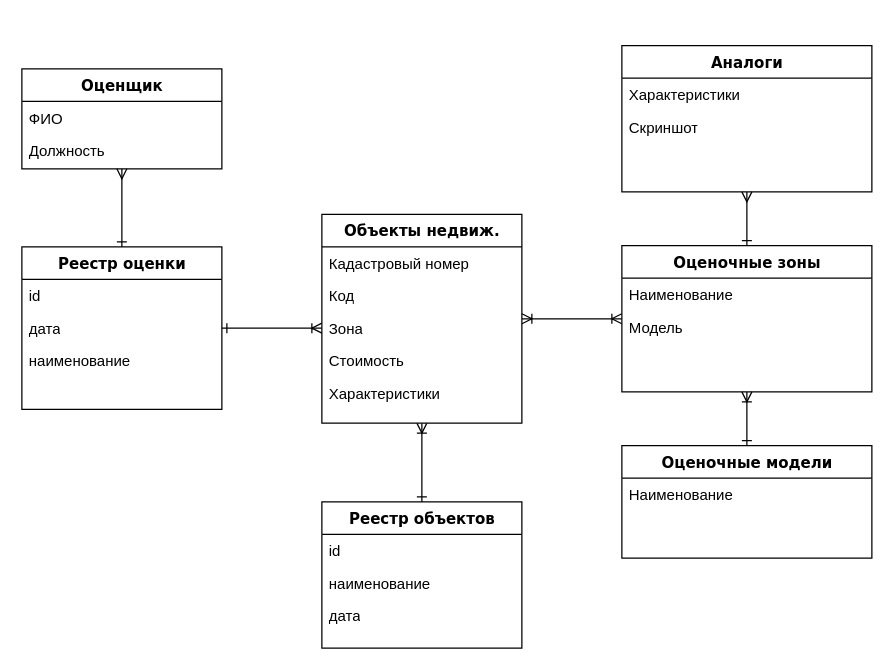
The draw.io diagram Модель предметной области 1.drawio in gko-05/architecture, before the edit. Source tidied: cells renumbered, new cells numbered last; positions are measured from the earlier drawing's top-left corner, leaving out a move shared by most shapes. Both pictures are drawn from the tidied source at 125%, with x=0, y=0 at pixel (21, 45).
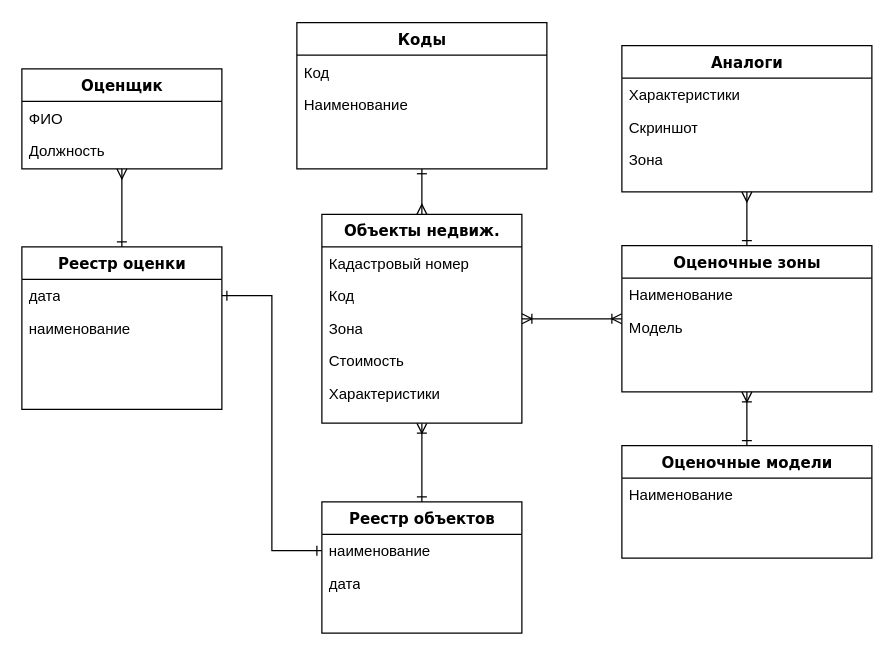
Above is the later version.

Unchanged cells that the change refers to:
```xml
<mxCell id="2" value="Реестр оценки" style="swimlane;html=1;fontStyle=1;align=center;verticalAlign=top;horizontal=1;startSize=26;swimlaneFillColor=#ffffff;rounded=0;shadow=0;comic=0;labelBackgroundColor=none;strokeWidth=1;fillColor=none;fontFamily=Verdana;fontSize=12;" parent="1" vertex="1">
  <mxGeometry y="161" width="160" height="130" as="geometry" />
</mxCell>
<mxCell id="14" value="Объекты недвиж." style="swimlane;html=1;fontStyle=1;align=center;verticalAlign=top;horizontal=1;startSize=26;swimlaneFillColor=#ffffff;rounded=0;shadow=0;comic=0;labelBackgroundColor=none;strokeWidth=1;fillColor=none;fontFamily=Verdana;fontSize=12;" parent="1" vertex="1">
  <mxGeometry x="240" y="135" width="160" height="167" as="geometry" />
</mxCell>
<mxCell id="17" value="Зона" style="text;html=1;strokeColor=none;fillColor=none;align=left;verticalAlign=top;spacingLeft=4;spacingRight=4;whiteSpace=wrap;overflow=hidden;points=[[0,0.5],[1,0.5]];portConstraint=eastwest;" parent="14" vertex="1">
  <mxGeometry y="78" width="160" height="26" as="geometry" />
</mxCell>
<mxCell id="21" value="Аналоги" style="swimlane;html=1;fontStyle=1;align=center;verticalAlign=top;horizontal=1;startSize=26;swimlaneFillColor=#ffffff;rounded=0;shadow=0;comic=0;labelBackgroundColor=none;strokeWidth=1;fillColor=none;fontFamily=Verdana;fontSize=12;" parent="1" vertex="1">
  <mxGeometry x="480" width="200" height="117" as="geometry" />
</mxCell>
```

Change to the diagram source:
```diff
@@
-    <mxCell id="3" value="id" style="text;html=1;strokeColor=none;fillColor=none;align=left;verticalAlign=top;spacingLeft=4;spacingRight=4;whiteSpace=wrap;overflow=hidden;" parent="2" vertex="1">
-      <mxGeometry y="26" width="160" height="26" as="geometry" />
-    </mxCell>
     <mxCell id="4" value="дата" style="text;html=1;strokeColor=none;fillColor=none;align=left;verticalAlign=top;spacingLeft=4;spacingRight=4;whiteSpace=wrap;overflow=hidden;points=[[0,0.5],[1,0.5]];portConstraint=eastwest;" parent="2" vertex="1">
-      <mxGeometry y="52" width="160" height="26" as="geometry" />
+      <mxGeometry y="26" width="160" height="26" as="geometry" />
     </mxCell>
     <mxCell id="5" value="наименование" style="text;html=1;strokeColor=none;fillColor=none;align=left;verticalAlign=top;spacingLeft=4;spacingRight=4;whiteSpace=wrap;overflow=hidden;" parent="2" vertex="1">
-      <mxGeometry y="78" width="160" height="26" as="geometry" />
+      <mxGeometry y="52" width="160" height="26" as="geometry" />
     </mxCell>
@@
     <mxCell id="7" value="Реестр объектов" style="swimlane;html=1;fontStyle=1;align=center;verticalAlign=top;horizontal=1;startSize=26;swimlaneFillColor=#ffffff;rounded=0;shadow=0;comic=0;labelBackgroundColor=none;strokeWidth=1;fillColor=none;fontFamily=Verdana;fontSize=12;" parent="1" vertex="1">
-      <mxGeometry x="240" y="365" width="160" height="117" as="geometry" />
+      <mxGeometry x="240" y="365" width="160" height="105" as="geometry" />
     </mxCell>
-    <mxCell id="8" value="id" style="text;html=1;strokeColor=none;fillColor=none;align=left;verticalAlign=top;spacingLeft=4;spacingRight=4;whiteSpace=wrap;overflow=hidden;" parent="7" vertex="1">
-      <mxGeometry y="26" width="160" height="26" as="geometry" />
-    </mxCell>
     <mxCell id="9" value="наименование" style="text;html=1;strokeColor=none;fillColor=none;align=left;verticalAlign=top;spacingLeft=4;spacingRight=4;whiteSpace=wrap;overflow=hidden;points=[[0,0.5],[1,0.5]];portConstraint=eastwest;" parent="7" vertex="1">
-      <mxGeometry y="52" width="160" height="26" as="geometry" />
+      <mxGeometry y="26" width="160" height="26" as="geometry" />
     </mxCell>
     <mxCell id="10" value="дата" style="text;html=1;strokeColor=none;fillColor=none;align=left;verticalAlign=top;spacingLeft=4;spacingRight=4;whiteSpace=wrap;overflow=hidden;" parent="7" vertex="1">
-      <mxGeometry y="78" width="160" height="26" as="geometry" />
+      <mxGeometry y="52" width="160" height="26" as="geometry" />
     </mxCell>
@@
+    <mxCell id="33" value="Зона" style="text;html=1;strokeColor=none;fillColor=none;align=left;verticalAlign=top;spacingLeft=4;spacingRight=4;whiteSpace=wrap;overflow=hidden;" parent="21" vertex="1">
+      <mxGeometry y="78" width="200" height="26" as="geometry" />
+    </mxCell>
@@
-    <mxCell id="32" style="edgeStyle=orthogonalEdgeStyle;rounded=0;jettySize=auto;html=1;entryX=0;entryY=0.5;entryDx=0;entryDy=0;startArrow=ERone;startFill=0;endArrow=ERoneToMany;endFill=0;" parent="1" edge="1" source="4" target="17">
+    <mxCell id="32" style="edgeStyle=orthogonalEdgeStyle;rounded=0;jettySize=auto;html=1;entryX=0;entryY=0.5;entryDx=0;entryDy=0;startArrow=ERone;startFill=0;endArrow=ERone;endFill=0;" parent="1" edge="1" source="4" target="9">
       <mxGeometry relative="1" as="geometry" />
     </mxCell>
+    <mxCell id="34" style="edgeStyle=orthogonalEdgeStyle;rounded=0;jettySize=auto;html=1;entryX=0.5;entryY=0;entryDx=0;entryDy=0;endArrow=ERmany;endFill=0;startArrow=ERone;startFill=0;" parent="1" edge="1" source="35" target="14">
+      <mxGeometry relative="1" as="geometry" />
+    </mxCell>
+    <mxCell id="35" value="Коды" style="swimlane;html=1;fontStyle=1;align=center;verticalAlign=top;horizontal=1;startSize=26;swimlaneFillColor=#ffffff;rounded=0;shadow=0;comic=0;labelBackgroundColor=none;strokeWidth=1;fillColor=none;fontFamily=Verdana;fontSize=12;" parent="1" vertex="1">
+      <mxGeometry x="220" y="-18.5" width="200" height="117" as="geometry" />
+    </mxCell>
+    <mxCell id="36" value="Код" style="text;html=1;strokeColor=none;fillColor=none;align=left;verticalAlign=top;spacingLeft=4;spacingRight=4;whiteSpace=wrap;overflow=hidden;" parent="35" vertex="1">
+      <mxGeometry y="26" width="200" height="26" as="geometry" />
+    </mxCell>
+    <mxCell id="37" value="Наименование" style="text;html=1;strokeColor=none;fillColor=none;align=left;verticalAlign=top;spacingLeft=4;spacingRight=4;whiteSpace=wrap;overflow=hidden;" parent="35" vertex="1">
+      <mxGeometry y="52" width="200" height="26" as="geometry" />
+    </mxCell>
```
